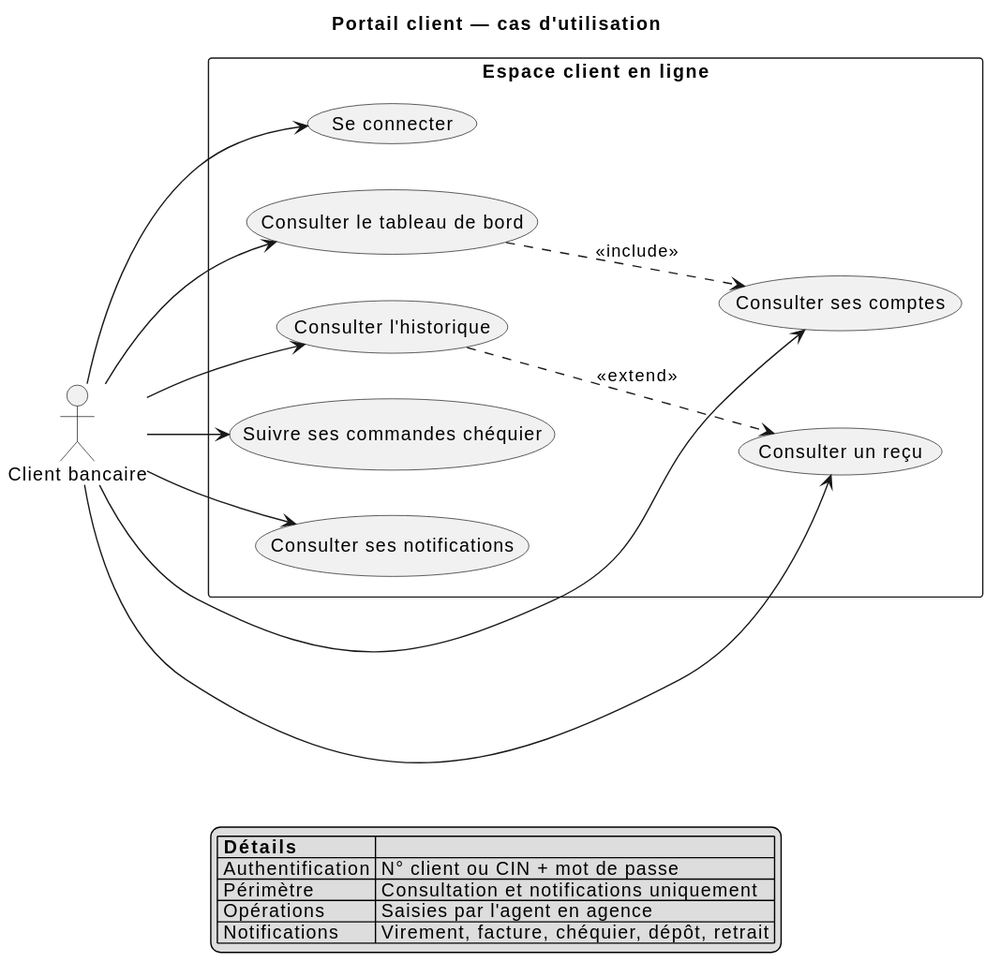
Above: documentation/uml/cas-utilisation/03-portail-client.svg in aminabensouda106-gif/banque1 (PlantUML), before the change. The source it was exported from:
```plantuml
@startuml
left to right direction
skinparam shadowing false
skinparam packageStyle rectangle

title Portail client — cas d'utilisation

actor "Client bancaire" as client

rectangle "Espace client en ligne" {
  usecase "Se connecter" as UC_LOGIN
  usecase "Consulter le tableau de bord" as UC_DASH
  usecase "Consulter ses comptes" as UC_ACCOUNTS
  usecase "Consulter l'historique" as UC_HISTORY
  usecase "Consulter un reçu" as UC_RECEIPT
  usecase "Suivre ses commandes chéquier" as UC_CHQ
  usecase "Consulter ses notifications" as UC_NOTIF
}

client --> UC_LOGIN
client --> UC_DASH
client --> UC_ACCOUNTS
client --> UC_HISTORY
client --> UC_RECEIPT
client --> UC_CHQ
client --> UC_NOTIF

UC_DASH ..> UC_ACCOUNTS : <<include>>
UC_HISTORY ..> UC_RECEIPT : <<extend>>

legend bottom
  |= Détails |= |
  | Authentification | N° client ou CIN + mot de passe |
  | Périmètre | Consultation et notifications uniquement |
  | Opérations | Saisies par l'agent en agence |
  | Notifications | Virement, facture, chéquier, dépôt, retrait |
endlegend
@enduml
```
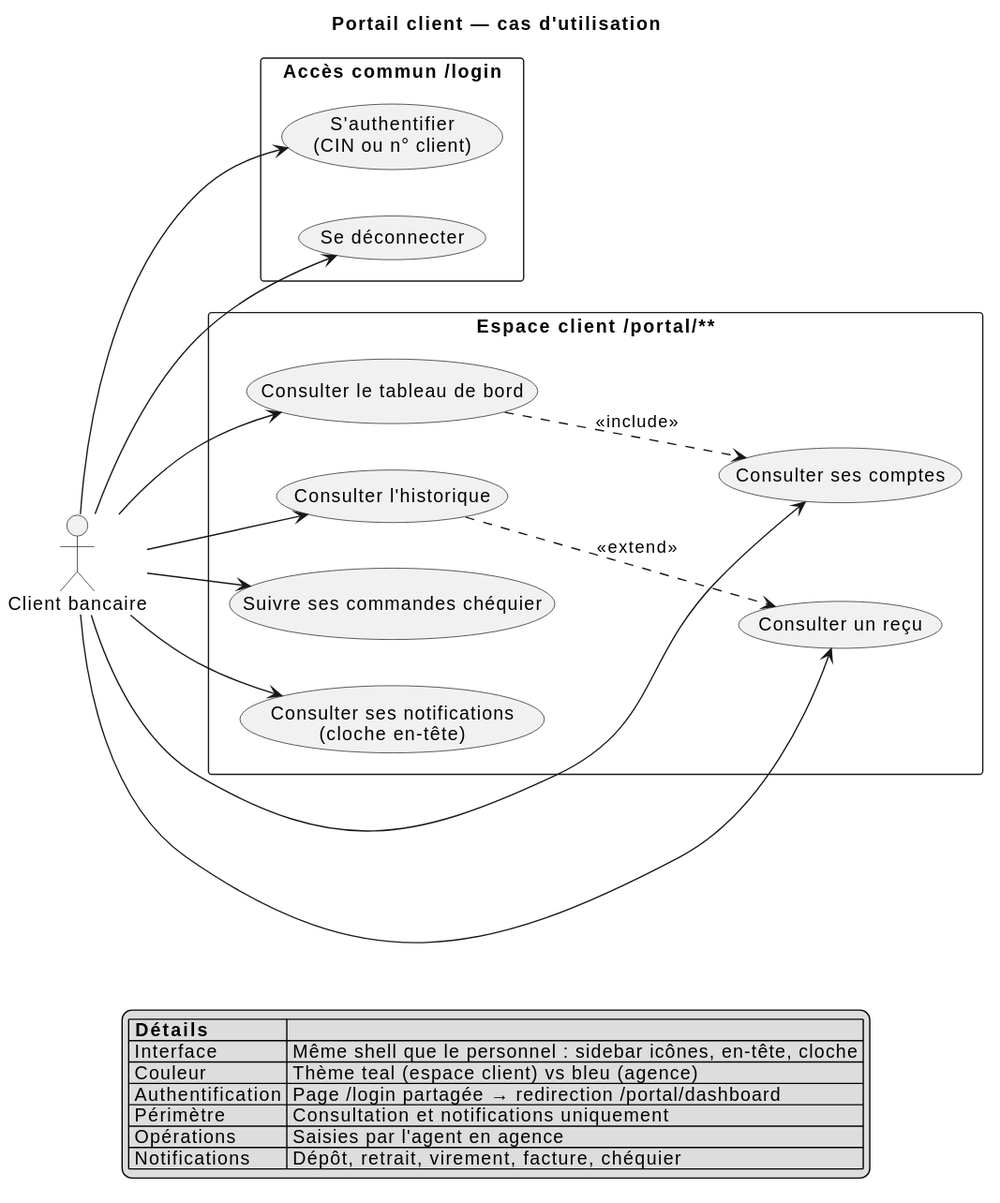
After the change.

The edit, as a diff of the source:
```diff
@@ -7,17 +7,22 @@
 
 actor "Client bancaire" as client
 
-rectangle "Espace client en ligne" {
-  usecase "Se connecter" as UC_LOGIN
+rectangle "Accès commun /login" {
+  usecase "S'authentifier\n(CIN ou n° client)" as UC_LOGIN
+  usecase "Se déconnecter" as UC_LOGOUT
+}
+
+rectangle "Espace client /portal/**" {
   usecase "Consulter le tableau de bord" as UC_DASH
   usecase "Consulter ses comptes" as UC_ACCOUNTS
   usecase "Consulter l'historique" as UC_HISTORY
   usecase "Consulter un reçu" as UC_RECEIPT
   usecase "Suivre ses commandes chéquier" as UC_CHQ
-  usecase "Consulter ses notifications" as UC_NOTIF
+  usecase "Consulter ses notifications\n(cloche en-tête)" as UC_NOTIF
 }
 
 client --> UC_LOGIN
+client --> UC_LOGOUT
 client --> UC_DASH
 client --> UC_ACCOUNTS
 client --> UC_HISTORY
@@ -30,9 +35,11 @@
 
 legend bottom
   |= Détails |= |
-  | Authentification | N° client ou CIN + mot de passe |
+  | Interface | Même shell que le personnel : sidebar icônes, en-tête, cloche |
+  | Couleur | Thème teal (espace client) vs bleu (agence) |
+  | Authentification | Page /login partagée → redirection /portal/dashboard |
   | Périmètre | Consultation et notifications uniquement |
   | Opérations | Saisies par l'agent en agence |
-  | Notifications | Virement, facture, chéquier, dépôt, retrait |
+  | Notifications | Dépôt, retrait, virement, facture, chéquier |
 endlegend
 @enduml
```
